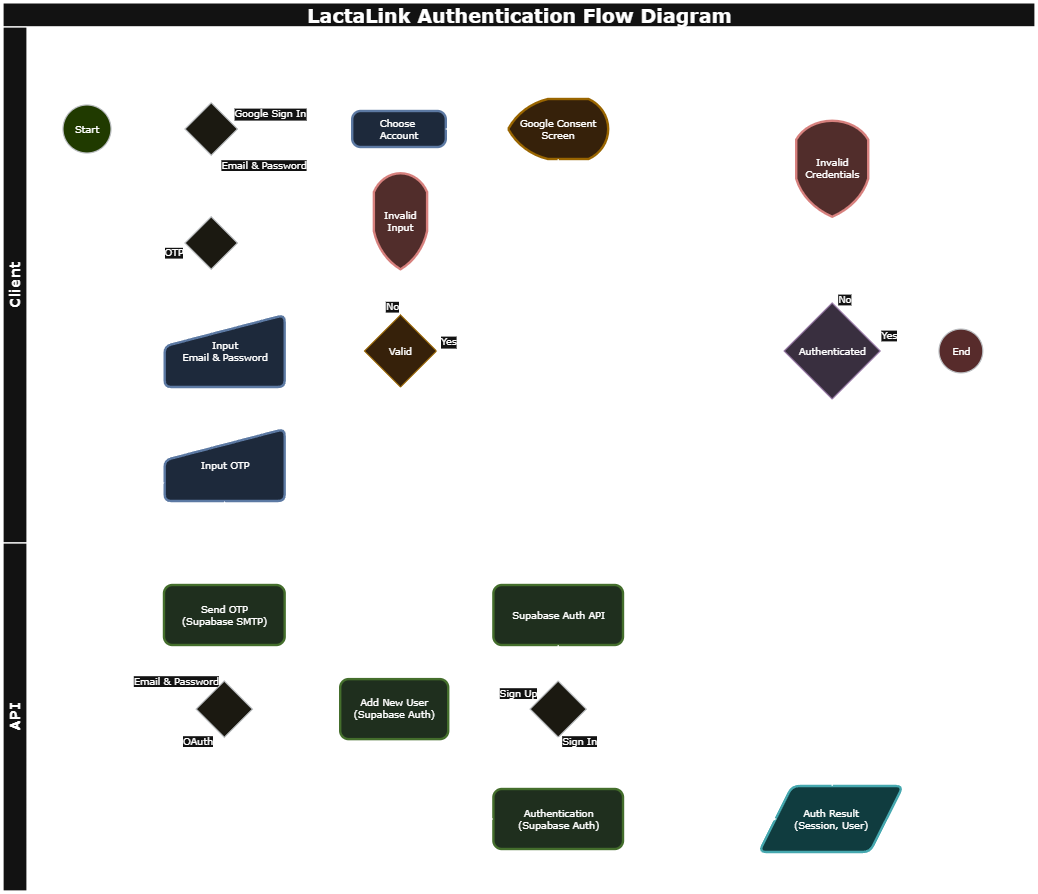
Earlier version of the draw.io export docs/assets/images/auth-flow-diagram.png (jeius/LactaLink). Source tidied: cells renumbered, new cells last; positions are measured from the earlier drawing's top-left corner, leaving out a move shared by most shapes.
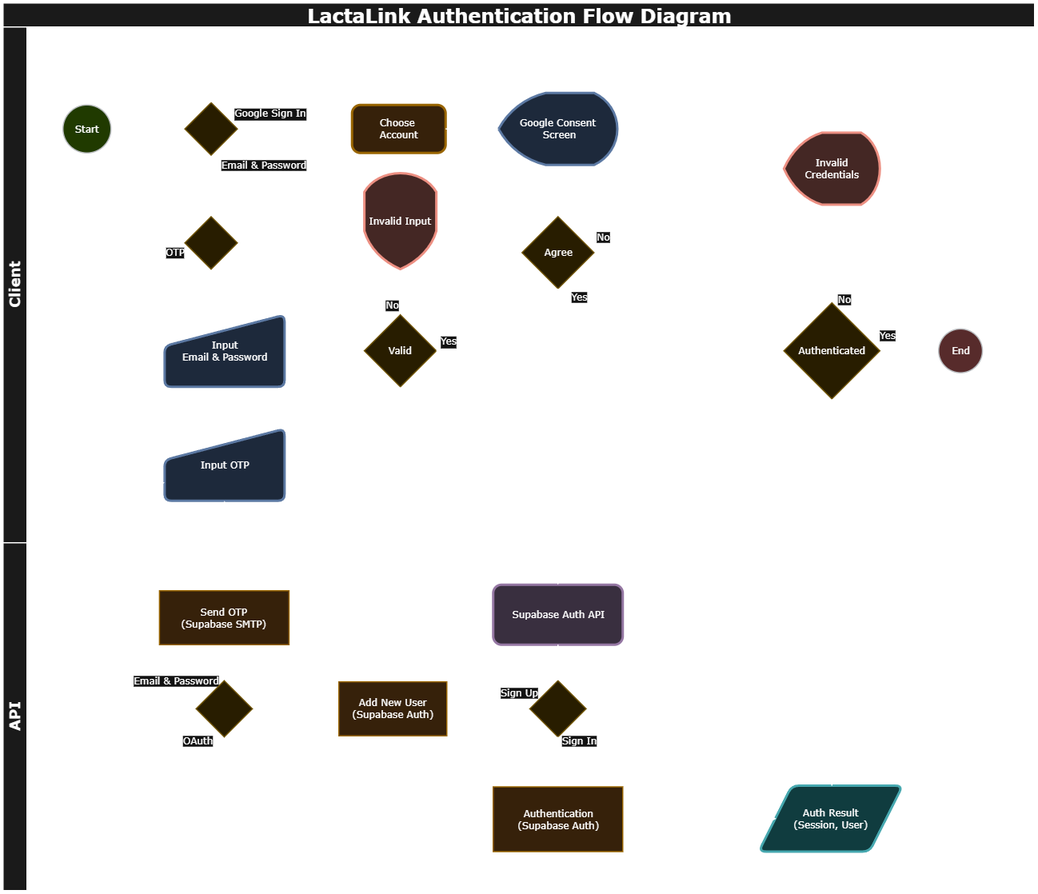
Later version of the same file.

Commit message:
chore(docs): Update authentication and architecture diagrams

Change to the diagram source:
```diff
@@ -2,10 +2,10 @@
   <root>
     <mxCell id="0" />
     <mxCell id="1" parent="0" />
-    <mxCell id="2" value="LactaLink Authentication Flow Diagram" style="swimlane;html=1;horizontal=1;startSize=20;rounded=0;shadow=0;labelBackgroundColor=none;strokeWidth=1;fontFamily=Verdana;fontSize=16;align=center;" parent="1" vertex="1">
+    <mxCell id="2" value="LactaLink Authentication Flow Diagram" style="swimlane;html=1;horizontal=1;startSize=20;rounded=0;shadow=0;labelBackgroundColor=none;strokeWidth=1;fontFamily=Verdana;fontSize=16;align=center;fillColor=light-dark(#FFFFFF,#1A1A1A);" parent="1" vertex="1">
       <mxGeometry width="860" height="740" as="geometry" />
     </mxCell>
-    <mxCell id="3" value="Client" style="swimlane;html=1;startSize=20;horizontal=0;fontFamily=Verdana;fontSize=12;" parent="2" vertex="1">
+    <mxCell id="3" value="Client" style="swimlane;html=1;startSize=20;horizontal=0;fontFamily=Verdana;fontSize=12;fillColor=light-dark(#FFFFFF,#1A1A1A);" parent="2" vertex="1">
       <mxGeometry y="20" width="860" height="430" as="geometry" />
     </mxCell>
     <mxCell id="4" style="edgeStyle=orthogonalEdgeStyle;rounded=0;html=1;labelBackgroundColor=none;startArrow=none;startFill=0;startSize=5;endArrow=classicThin;endFill=1;endSize=5;jettySize=auto;strokeWidth=1;fontFamily=Verdana;fontSize=8;entryX=0;entryY=0.5;entryDx=0;entryDy=0;" parent="3" edge="1" source="5" target="9">
@@ -27,7 +27,7 @@
     <mxCell id="8" value="Email &amp;amp; Password" style="edgeStyle=orthogonalEdgeStyle;rounded=0;jettySize=auto;html=1;fontFamily=Verdana;fontSize=8;labelPosition=right;verticalLabelPosition=middle;align=left;verticalAlign=middle;" parent="3" edge="1" source="9" target="29">
       <mxGeometry x="-0.68" y="6" relative="1" as="geometry" />
     </mxCell>
-    <mxCell id="9" style="rhombus;whiteSpace=wrap;html=1;labelPosition=right;verticalLabelPosition=bottom;align=left;verticalAlign=top;fillColor=#f9f7ed;strokeColor=#36393d;" parent="3" vertex="1">
+    <mxCell id="9" style="rhombus;whiteSpace=wrap;html=1;labelPosition=right;verticalLabelPosition=bottom;align=left;verticalAlign=top;fillColor=#fff2cc;strokeColor=#d6b656;" parent="3" vertex="1">
       <mxGeometry x="151.6" y="63.1" width="43.8" height="43.8" as="geometry" />
     </mxCell>
     <mxCell id="10" value="Email &amp;amp; Password" style="edgeStyle=orthogonalEdgeStyle;rounded=0;html=1;labelBackgroundColor=none;startArrow=none;startFill=0;startSize=5;endArrow=classicThin;endFill=1;endSize=5;jettySize=auto;strokeWidth=1;fontFamily=Verdana;fontSize=8;labelPosition=right;verticalLabelPosition=middle;align=left;verticalAlign=middle;exitX=0.5;exitY=1;exitDx=0;exitDy=0;entryX=0.393;entryY=0.25;entryDx=0;entryDy=0;entryPerimeter=0;" parent="3" edge="1" source="29" target="12">
@@ -44,11 +44,16 @@
     <mxCell id="12" value="&lt;font&gt;Input&lt;/font&gt;&lt;div&gt;&lt;font&gt;Email &amp;amp; Password&lt;/font&gt;&lt;/div&gt;" style="html=1;strokeWidth=2;shape=manualInput;whiteSpace=wrap;rounded=1;size=26;arcSize=11;fontFamily=Verdana;fontSize=8;align=center;fillColor=#dae8fc;strokeColor=#6c8ebf;" parent="3" vertex="1">
       <mxGeometry x="134.7" y="240" width="100" height="60" as="geometry" />
     </mxCell>
+    <mxCell id="49" style="edgeStyle=orthogonalEdgeStyle;rounded=0;jettySize=auto;html=1;" parent="3" edge="1" source="13">
+      <mxGeometry relative="1" as="geometry">
+        <mxPoint x="462.7" y="155" as="targetPoint" />
+      </mxGeometry>
+    </mxCell>
-    <mxCell id="13" value="Google Consent Screen" style="strokeWidth=2;html=1;shape=mxgraph.flowchart.display;whiteSpace=wrap;fontFamily=Verdana;fontSize=8;fillColor=#ffe6cc;strokeColor=#d79b00;" parent="3" vertex="1">
-      <mxGeometry x="421" y="60" width="83.3" height="50" as="geometry" />
+    <mxCell id="13" value="Google Consent&lt;div&gt;&amp;nbsp;Screen&lt;/div&gt;" style="strokeWidth=2;html=1;shape=mxgraph.flowchart.display;whiteSpace=wrap;fontFamily=Verdana;fontSize=8;fillColor=#dae8fc;strokeColor=#6c8ebf;" parent="3" vertex="1">
+      <mxGeometry x="413.2" y="55" width="99" height="60" as="geometry" />
     </mxCell>
-    <mxCell id="14" value="Choose&amp;nbsp;&lt;div&gt;Account&lt;/div&gt;" style="rounded=1;whiteSpace=wrap;html=1;absoluteArcSize=1;arcSize=14;strokeWidth=2;fontFamily=Verdana;fontSize=8;fillColor=#dae8fc;strokeColor=#6c8ebf;" parent="3" vertex="1">
-      <mxGeometry x="291" y="70" width="78" height="30" as="geometry" />
+    <mxCell id="14" value="Choose&amp;nbsp;&lt;div&gt;Account&lt;/div&gt;" style="rounded=1;whiteSpace=wrap;html=1;absoluteArcSize=1;arcSize=14;strokeWidth=2;fontFamily=Verdana;fontSize=8;fillColor=#ffe6cc;strokeColor=#d79b00;" parent="3" vertex="1">
+      <mxGeometry x="291" y="65" width="78" height="40" as="geometry" />
     </mxCell>
     <mxCell id="15" style="edgeStyle=orthogonalEdgeStyle;rounded=0;jettySize=auto;html=1;entryX=0;entryY=0.5;entryDx=0;entryDy=0;entryPerimeter=0;" parent="3" edge="1" source="14" target="13">
       <mxGeometry relative="1" as="geometry" />
@@ -56,7 +61,7 @@
     <mxCell id="16" value="No" style="edgeStyle=orthogonalEdgeStyle;rounded=0;jettySize=auto;html=1;labelPosition=left;verticalLabelPosition=middle;align=right;verticalAlign=middle;fontFamily=Verdana;fontSize=8;" parent="3" edge="1" source="17" target="19">
       <mxGeometry x="-0.64" relative="1" as="geometry" />
     </mxCell>
-    <mxCell id="17" value="Valid" style="rhombus;whiteSpace=wrap;html=1;labelPosition=center;verticalLabelPosition=middle;align=center;verticalAlign=middle;fontFamily=Verdana;fontSize=8;fillColor=#ffe6cc;strokeColor=#d79b00;" parent="3" vertex="1">
+    <mxCell id="17" value="Valid" style="rhombus;whiteSpace=wrap;html=1;labelPosition=center;verticalLabelPosition=middle;align=center;verticalAlign=middle;fontFamily=Verdana;fontSize=8;fillColor=#fff2cc;strokeColor=#d6b656;" parent="3" vertex="1">
       <mxGeometry x="301.2" y="240" width="60" height="60" as="geometry" />
     </mxCell>
     <mxCell id="18" style="edgeStyle=orthogonalEdgeStyle;rounded=0;jettySize=auto;html=1;entryX=1;entryY=0.5;entryDx=0;entryDy=0;" parent="3" edge="1" source="19" target="29">
@@ -67,8 +72,8 @@
         </Array>
       </mxGeometry>
     </mxCell>
-    <mxCell id="19" value="Invalid Input" style="strokeWidth=2;html=1;shape=mxgraph.flowchart.display;whiteSpace=wrap;fontFamily=Verdana;fontSize=8;direction=north;fillColor=#f8cecc;strokeColor=#b85450;" parent="3" vertex="1">
-      <mxGeometry x="309.1" y="121.9" width="44.4" height="80" as="geometry" />
+    <mxCell id="19" value="Invalid Input" style="strokeWidth=2;html=1;shape=mxgraph.flowchart.display;whiteSpace=wrap;fontFamily=Verdana;fontSize=8;direction=north;fillColor=#fad9d5;strokeColor=#ae4132;" parent="3" vertex="1">
+      <mxGeometry x="301.2" y="121.9" width="60" height="80" as="geometry" />
     </mxCell>
     <mxCell id="20" value="No" style="edgeStyle=orthogonalEdgeStyle;rounded=0;jettySize=auto;html=1;entryX=0;entryY=0.5;entryDx=0;entryDy=0;fontFamily=Verdana;fontSize=8;exitX=0.5;exitY=0;exitDx=0;exitDy=0;exitPerimeter=0;entryPerimeter=0;" parent="3" edge="1" source="22" target="25">
       <mxGeometry x="-0.96" y="-10" relative="1" as="geometry">
@@ -81,7 +86,7 @@
     <mxCell id="21" value="Yes" style="edgeStyle=orthogonalEdgeStyle;rounded=0;jettySize=auto;html=1;fontFamily=Verdana;fontSize=8;" parent="3" edge="1" source="22" target="23">
       <mxGeometry x="-0.75" y="13" relative="1" as="geometry" />
     </mxCell>
-    <mxCell id="22" value="Authenticated" style="strokeWidth=1;html=1;shape=mxgraph.flowchart.decision;whiteSpace=wrap;rounded=1;shadow=0;labelBackgroundColor=none;fontFamily=Verdana;fontSize=8;align=center;fillColor=#e1d5e7;strokeColor=#9673a6;" parent="3" vertex="1">
+    <mxCell id="22" value="Authenticated" style="strokeWidth=1;html=1;shape=mxgraph.flowchart.decision;whiteSpace=wrap;rounded=1;shadow=0;labelBackgroundColor=none;fontFamily=Verdana;fontSize=8;align=center;fillColor=#fff2cc;strokeColor=#d6b656;" parent="3" vertex="1">
       <mxGeometry x="651" y="230" width="80" height="80" as="geometry" />
     </mxCell>
     <mxCell id="23" value="End" style="ellipse;whiteSpace=wrap;html=1;fontSize=8;fontFamily=Verdana;strokeWidth=1;rounded=1;shadow=0;labelBackgroundColor=none;fillColor=#ffcccc;strokeColor=#36393d;" parent="3" vertex="1">
@@ -90,13 +95,13 @@
     <mxCell id="24" style="edgeStyle=orthogonalEdgeStyle;rounded=0;jettySize=auto;html=1;entryX=0.5;entryY=0;entryDx=0;entryDy=0;" parent="3" edge="1" source="25" target="9">
       <mxGeometry relative="1" as="geometry">
         <Array as="points">
-          <mxPoint x="691" y="30" />
-          <mxPoint x="174" y="30" />
+          <mxPoint x="691" y="35" />
+          <mxPoint x="174" y="35" />
         </Array>
       </mxGeometry>
     </mxCell>
-    <mxCell id="25" value="Invalid&lt;div&gt;Credentials&lt;/div&gt;" style="strokeWidth=2;html=1;shape=mxgraph.flowchart.display;whiteSpace=wrap;fontFamily=Verdana;fontSize=8;direction=north;fillColor=#f8cecc;strokeColor=#b85450;" parent="3" vertex="1">
-      <mxGeometry x="661" y="78.1" width="60" height="80" as="geometry" />
+    <mxCell id="25" value="Invalid&lt;div&gt;Credentials&lt;/div&gt;" style="strokeWidth=2;html=1;shape=mxgraph.flowchart.display;whiteSpace=wrap;fontFamily=Verdana;fontSize=8;direction=east;fillColor=#fad9d5;strokeColor=#ae4132;" parent="3" vertex="1">
+      <mxGeometry x="651" y="88.1" width="80" height="60" as="geometry" />
     </mxCell>
     <mxCell id="26" style="edgeStyle=orthogonalEdgeStyle;rounded=0;jettySize=auto;html=1;entryX=0.5;entryY=1;entryDx=0;entryDy=0;" parent="3" edge="1" source="27" target="17">
       <mxGeometry relative="1" as="geometry" />
@@ -112,75 +117,96 @@
         </Array>
       </mxGeometry>
     </mxCell>
-    <mxCell id="29" style="rhombus;whiteSpace=wrap;html=1;labelPosition=right;verticalLabelPosition=bottom;align=left;verticalAlign=top;fillColor=#f9f7ed;strokeColor=#36393d;" parent="3" vertex="1">
+    <mxCell id="29" style="rhombus;whiteSpace=wrap;html=1;labelPosition=right;verticalLabelPosition=bottom;align=left;verticalAlign=top;fillColor=#fff2cc;strokeColor=#d6b656;" parent="3" vertex="1">
       <mxGeometry x="151.6" y="158.1" width="43.8" height="43.8" as="geometry" />
     </mxCell>
+    <mxCell id="50" value="No" style="edgeStyle=orthogonalEdgeStyle;rounded=0;jettySize=auto;html=1;entryX=0.5;entryY=0;entryDx=0;entryDy=0;fontFamily=Verdana;fontSize=8;" parent="3" edge="1" source="51" target="9">
+      <mxGeometry x="-0.98" y="13" relative="1" as="geometry">
+        <Array as="points">
+          <mxPoint x="560" y="188" />
+          <mxPoint x="560" y="35" />
+          <mxPoint x="174" y="35" />
+        </Array>
+      </mxGeometry>
+    </mxCell>
+    <mxCell id="51" value="Agree" style="rhombus;whiteSpace=wrap;html=1;labelPosition=center;verticalLabelPosition=middle;align=center;verticalAlign=middle;fontFamily=Verdana;fontSize=8;fillColor=#fff2cc;strokeColor=#d6b656;" parent="3" vertex="1">
+      <mxGeometry x="432.7" y="158.1" width="60" height="60" as="geometry" />
+    </mxCell>
     <mxCell id="30" value="Yes" style="edgeStyle=orthogonalEdgeStyle;rounded=0;jettySize=auto;html=1;entryX=0.5;entryY=0;entryDx=0;entryDy=0;labelPosition=center;verticalLabelPosition=top;align=center;verticalAlign=bottom;fontFamily=Verdana;fontSize=8;" parent="2" edge="1" source="17" target="38">
       <mxGeometry x="-0.93" relative="1" as="geometry" />
     </mxCell>
-    <mxCell id="31" style="edgeStyle=orthogonalEdgeStyle;rounded=0;jettySize=auto;html=1;entryX=0.5;entryY=0;entryDx=0;entryDy=0;" parent="2" edge="1" source="13" target="38">
-      <mxGeometry relative="1" as="geometry" />
-    </mxCell>
-    <mxCell id="32" style="edgeStyle=orthogonalEdgeStyle;rounded=0;jettySize=auto;html=1;entryX=0.5;entryY=1;entryDx=0;entryDy=0;" parent="2" edge="1" source="47" target="27">
+    <mxCell id="32" style="edgeStyle=orthogonalEdgeStyle;rounded=0;jettySize=auto;html=1;entryX=0.5;entryY=1;entryDx=0;entryDy=0;exitX=0.5;exitY=0;exitDx=0;exitDy=0;" parent="2" edge="1" source="47" target="27">
       <mxGeometry relative="1" as="geometry" />
     </mxCell>
-    <mxCell id="33" value="API" style="swimlane;html=1;startSize=20;horizontal=0;fontFamily=Verdana;" parent="2" vertex="1">
+    <mxCell id="33" value="API" style="swimlane;html=1;startSize=20;horizontal=0;fontFamily=Verdana;fillColor=light-dark(#FFFFFF,#1A1A1A);" parent="2" vertex="1">
       <mxGeometry y="450" width="860" height="290" as="geometry" />
     </mxCell>
-    <mxCell id="34" value="Sign Up" style="edgeStyle=orthogonalEdgeStyle;rounded=0;jettySize=auto;html=1;entryX=1;entryY=0.5;entryDx=0;entryDy=0;fontFamily=Verdana;fontSize=8;exitX=0;exitY=0.5;exitDx=0;exitDy=0;" parent="33" edge="1" source="35" target="43">
-      <mxGeometry x="-0.73" y="-13" relative="1" as="geometry" />
+    <mxCell id="34" value="Sign Up" style="edgeStyle=orthogonalEdgeStyle;rounded=0;jettySize=auto;html=1;entryX=1;entryY=0.5;entryDx=0;entryDy=0;fontFamily=Verdana;fontSize=8;exitX=0;exitY=0.5;exitDx=0;exitDy=0;" parent="33" edge="1" source="35">
+      <mxGeometry x="-0.73" y="-13" relative="1" as="geometry">
+        <mxPoint x="371" y="138.4" as="targetPoint" />
+      </mxGeometry>
     </mxCell>
-    <mxCell id="35" style="rhombus;whiteSpace=wrap;html=1;labelPosition=right;verticalLabelPosition=bottom;align=left;verticalAlign=top;fillColor=#f9f7ed;strokeColor=#36393d;" parent="33" vertex="1">
+    <mxCell id="35" style="rhombus;whiteSpace=wrap;html=1;labelPosition=right;verticalLabelPosition=bottom;align=left;verticalAlign=top;fillColor=#fff2cc;strokeColor=#d6b656;" parent="33" vertex="1">
       <mxGeometry x="439.2" y="115" width="46.9" height="46.9" as="geometry" />
     </mxCell>
-    <mxCell id="36" value="Sign In" style="edgeStyle=orthogonalEdgeStyle;rounded=0;jettySize=auto;html=1;fontSize=8;fontFamily=Verdana;exitX=0.5;exitY=1;exitDx=0;exitDy=0;entryX=0.5;entryY=0;entryDx=0;entryDy=0;" parent="33" edge="1" source="35" target="41">
-      <mxGeometry x="-0.85" y="17" relative="1" as="geometry" />
+    <mxCell id="36" value="Sign In" style="edgeStyle=orthogonalEdgeStyle;rounded=0;jettySize=auto;html=1;fontSize=8;fontFamily=Verdana;exitX=0.5;exitY=1;exitDx=0;exitDy=0;entryX=0.5;entryY=0;entryDx=0;entryDy=0;" parent="33" edge="1" source="35">
+      <mxGeometry x="-0.85" y="17" relative="1" as="geometry">
+        <mxPoint x="462.7" y="205" as="targetPoint" />
+      </mxGeometry>
     </mxCell>
     <mxCell id="37" value="Auth Result&lt;div&gt;(Session, User)&lt;/div&gt;" style="shape=parallelogram;html=1;strokeWidth=2;perimeter=parallelogramPerimeter;whiteSpace=wrap;rounded=1;arcSize=12;size=0.23;fontFamily=Verdana;fontSize=8;fillColor=#b0e3e6;strokeColor=#0e8088;" parent="33" vertex="1">
       <mxGeometry x="630" y="202.5" width="120" height="55" as="geometry" />
     </mxCell>
-    <mxCell id="38" value="Supabase Auth API" style="rounded=1;whiteSpace=wrap;html=1;absoluteArcSize=1;arcSize=14;strokeWidth=2;fontFamily=Verdana;fontSize=8;fillColor=#d5e8d4;strokeColor=#82b366;" parent="33" vertex="1">
+    <mxCell id="38" value="Supabase Auth API" style="rounded=1;whiteSpace=wrap;html=1;absoluteArcSize=1;arcSize=14;strokeWidth=2;fontFamily=Verdana;fontSize=8;fillColor=#e1d5e7;strokeColor=#9673a6;" parent="33" vertex="1">
       <mxGeometry x="408.7" y="35" width="108" height="50" as="geometry" />
     </mxCell>
     <mxCell id="39" style="edgeStyle=orthogonalEdgeStyle;rounded=0;jettySize=auto;html=1;entryX=0.5;entryY=0;entryDx=0;entryDy=0;" parent="33" edge="1" source="38" target="35">
       <mxGeometry relative="1" as="geometry" />
     </mxCell>
-    <mxCell id="40" style="edgeStyle=orthogonalEdgeStyle;rounded=0;jettySize=auto;html=1;" parent="33" edge="1" source="41">
+    <mxCell id="40" style="edgeStyle=orthogonalEdgeStyle;rounded=0;orthogonalLoop=1;jettySize=auto;html=1;" parent="33" edge="1">
       <mxGeometry relative="1" as="geometry">
+        <mxPoint x="516.7" y="230" as="sourcePoint" />
         <mxPoint x="644.8" y="230" as="targetPoint" />
       </mxGeometry>
     </mxCell>
-    <mxCell id="41" value="Authentication&lt;div&gt;(Supabase Auth)&lt;/div&gt;" style="rounded=1;whiteSpace=wrap;html=1;absoluteArcSize=1;arcSize=14;strokeWidth=2;fontFamily=Verdana;fontSize=8;fillColor=#d5e8d4;strokeColor=#82b366;" parent="33" vertex="1">
-      <mxGeometry x="408.7" y="205" width="108" height="50" as="geometry" />
-    </mxCell>
-    <mxCell id="42" style="edgeStyle=orthogonalEdgeStyle;rounded=0;jettySize=auto;html=1;" parent="33" edge="1" source="43" target="46">
-      <mxGeometry relative="1" as="geometry" />
+    <mxCell id="42" style="edgeStyle=orthogonalEdgeStyle;rounded=0;jettySize=auto;html=1;" parent="33" edge="1" target="46">
+      <mxGeometry relative="1" as="geometry">
+        <mxPoint x="281" y="138.4" as="sourcePoint" />
+      </mxGeometry>
     </mxCell>
-    <mxCell id="43" value="Add New User&lt;br&gt;&lt;div&gt;(Supabase Auth)&lt;/div&gt;" style="rounded=1;whiteSpace=wrap;html=1;absoluteArcSize=1;arcSize=14;strokeWidth=2;fontFamily=Verdana;fontSize=8;fillColor=#d5e8d4;strokeColor=#82b366;" parent="33" vertex="1">
-      <mxGeometry x="281" y="113.4" width="90" height="50" as="geometry" />
-    </mxCell>
-    <mxCell id="44" value="OAuth" style="edgeStyle=orthogonalEdgeStyle;rounded=0;jettySize=auto;html=1;entryX=0;entryY=0.5;entryDx=0;entryDy=0;fontFamily=Verdana;fontSize=8;" parent="33" edge="1" source="46" target="41">
+    <mxCell id="44" value="OAuth" style="edgeStyle=orthogonalEdgeStyle;rounded=0;jettySize=auto;html=1;entryX=0;entryY=0.5;entryDx=0;entryDy=0;fontFamily=Verdana;fontSize=8;" parent="33" edge="1" source="46">
       <mxGeometry x="-0.98" y="-23" relative="1" as="geometry">
+        <mxPoint x="408.7" y="230" as="targetPoint" />
         <Array as="points">
           <mxPoint x="184" y="230" />
         </Array>
       </mxGeometry>
     </mxCell>
-    <mxCell id="45" value="Email &amp;amp; Password" style="edgeStyle=orthogonalEdgeStyle;rounded=0;jettySize=auto;html=1;fontFamily=Verdana;fontSize=8;labelPosition=left;verticalLabelPosition=middle;align=right;verticalAlign=middle;" parent="33" edge="1" source="46" target="47">
+    <mxCell id="45" value="Email &amp;amp; Password" style="edgeStyle=orthogonalEdgeStyle;rounded=0;jettySize=auto;html=1;fontFamily=Verdana;fontSize=8;labelPosition=left;verticalLabelPosition=middle;align=right;verticalAlign=middle;" parent="33" edge="1" source="46">
       <mxGeometry x="-1" y="3" relative="1" as="geometry">
+        <mxPoint x="184.5" y="85" as="targetPoint" />
         <mxPoint x="-1" as="offset" />
       </mxGeometry>
     </mxCell>
-    <mxCell id="46" style="rhombus;whiteSpace=wrap;html=1;labelPosition=right;verticalLabelPosition=bottom;align=left;verticalAlign=top;fillColor=#f9f7ed;strokeColor=#36393d;" parent="33" vertex="1">
+    <mxCell id="46" style="rhombus;whiteSpace=wrap;html=1;labelPosition=right;verticalLabelPosition=bottom;align=left;verticalAlign=top;fillColor=#fff2cc;strokeColor=#d6b656;" parent="33" vertex="1">
       <mxGeometry x="161" y="115" width="46.9" height="46.9" as="geometry" />
     </mxCell>
+    <mxCell id="41" value="Authentication&lt;div&gt;(Supabase Auth)&lt;/div&gt;" style="rounded=0;whiteSpace=wrap;html=1;fillColor=#ffe6cc;strokeColor=#d79b00;fontFamily=Verdana;fontSize=8;" parent="33" vertex="1">
+      <mxGeometry x="408.7" y="203.5" width="108" height="54" as="geometry" />
+    </mxCell>
+    <mxCell id="43" value="Add New User&lt;br&gt;&lt;div&gt;(Supabase Auth)&lt;/div&gt;" style="rounded=0;whiteSpace=wrap;html=1;fillColor=#ffe6cc;strokeColor=#d79b00;fontFamily=Verdana;fontSize=8;" parent="33" vertex="1">
+      <mxGeometry x="280" y="115.9" width="90" height="45" as="geometry" />
+    </mxCell>
-    <mxCell id="47" value="Send OTP&lt;div&gt;(Supabase SMTP)&lt;/div&gt;" style="rounded=1;whiteSpace=wrap;html=1;absoluteArcSize=1;arcSize=14;strokeWidth=2;fontFamily=Verdana;fontSize=8;fillColor=#d5e8d4;strokeColor=#82b366;" parent="33" vertex="1">
-      <mxGeometry x="134.2" y="35" width="100.6" height="50" as="geometry" />
+    <mxCell id="47" value="Send OTP&lt;br&gt;&lt;div&gt;(Supabase SMTP)&lt;/div&gt;" style="rounded=0;whiteSpace=wrap;html=1;fillColor=#ffe6cc;strokeColor=#d79b00;fontFamily=Verdana;fontSize=8;" parent="33" vertex="1">
+      <mxGeometry x="130.4" y="40" width="108" height="45" as="geometry" />
     </mxCell>
     <mxCell id="48" style="edgeStyle=orthogonalEdgeStyle;rounded=0;jettySize=auto;html=1;entryX=0.5;entryY=1;entryDx=0;entryDy=0;entryPerimeter=0;" parent="2" edge="1" target="22">
       <mxGeometry relative="1" as="geometry">
         <mxPoint x="691" y="652.5" as="sourcePoint" />
       </mxGeometry>
     </mxCell>
+    <mxCell id="52" value="Yes" style="edgeStyle=orthogonalEdgeStyle;rounded=0;jettySize=auto;html=1;entryX=0.5;entryY=0;entryDx=0;entryDy=0;fontFamily=Verdana;fontSize=8;" parent="2" edge="1" source="51" target="38">
+      <mxGeometry x="-0.94" y="17" relative="1" as="geometry" />
+    </mxCell>
   </root>
 </mxGraphModel>
```
